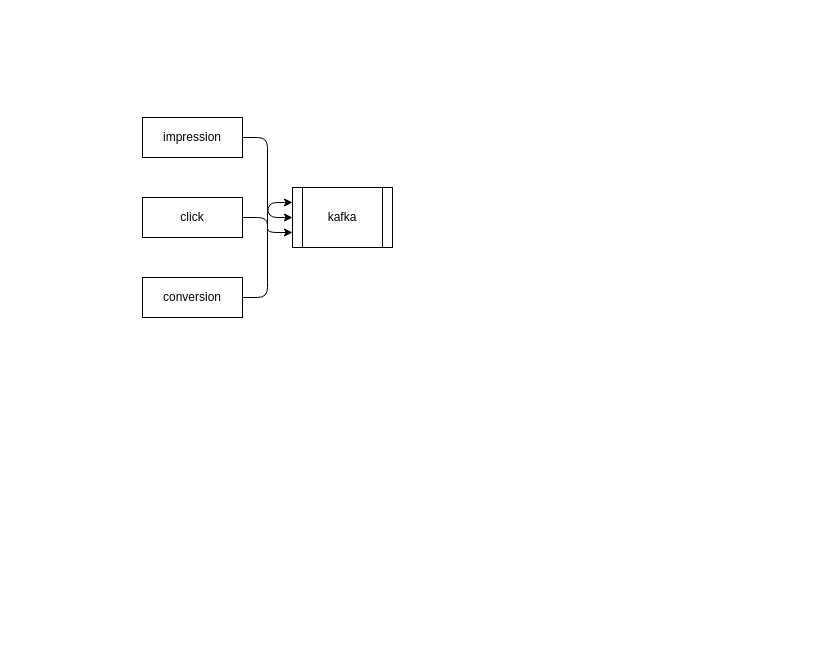
Earlier version of the draw.io diagram page "实时数据流" (2 of 2) of source/diagrams/ads.drawio (wxquare/wxquare.github.io). Source tidied: cells renumbered, new cells numbered last; positions are measured from the earlier drawing's top-left corner, leaving out a move shared by most shapes. Both pictures are drawn from the tidied source at 100%, with x=0, y=0 at pixel (142, 117).
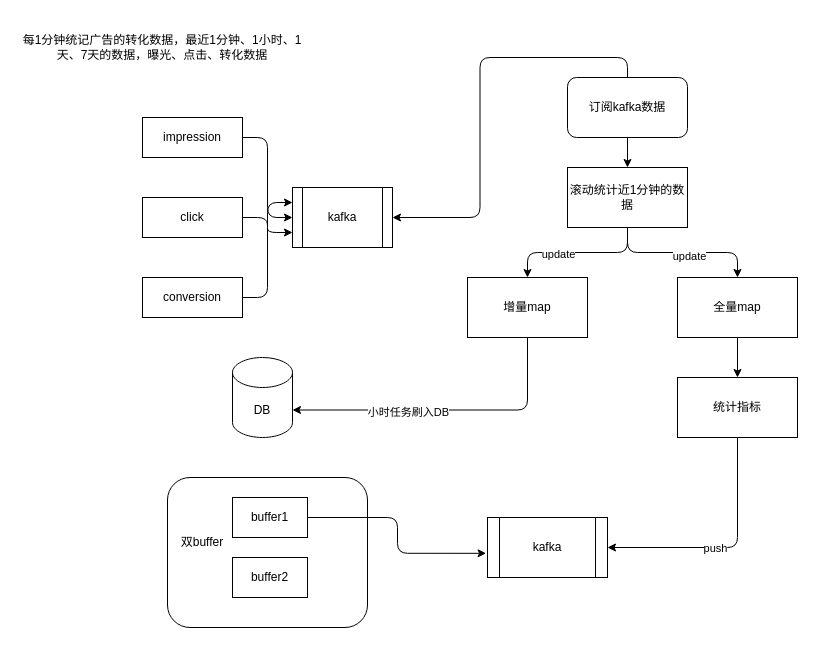
After the change.

The change refers to these unchanged cells:
```xml
<mxCell id="2" value="kafka" style="shape=process;whiteSpace=wrap;html=1;backgroundOutline=1;" parent="1" vertex="1">
  <mxGeometry x="150" y="70" width="100" height="60" as="geometry" />
</mxCell>
```

What changed in the source:
```diff
@@
+    <mxCell id="9" style="rounded=1;whiteSpace=wrap;html=1;" parent="1" vertex="1">
+      <mxGeometry x="25" y="360" width="200" height="150" as="geometry" />
+    </mxCell>
@@
+    <mxCell id="10" value="每1分钟统记广告的转化数据，最近1分钟、1小时、1天、7天的数据，曝光、点击、转化数据" style="text;html=1;strokeColor=none;fillColor=none;align=center;verticalAlign=middle;whiteSpace=wrap;rounded=0;" parent="1" vertex="1">
+      <mxGeometry x="-125" y="-100" width="290" height="60" as="geometry" />
+    </mxCell>
+    <mxCell id="11" style="edgeStyle=orthogonalEdgeStyle;rounded=1;jettySize=auto;html=1;exitX=0.5;exitY=1;exitDx=0;exitDy=0;entryX=1;entryY=0;entryDx=0;entryDy=52.5;entryPerimeter=0;" parent="1" edge="1" source="13" target="27">
+      <mxGeometry relative="1" as="geometry" />
+    </mxCell>
+    <mxCell id="12" value="小时任务刷入DB" style="edgeLabel;html=1;align=center;verticalAlign=middle;" parent="11" vertex="1">
+      <mxGeometry x="0.25" y="2" relative="1" as="geometry" />
+    </mxCell>
+    <mxCell id="13" value="增量map" style="rounded=0;whiteSpace=wrap;html=1;" parent="1" vertex="1">
+      <mxGeometry x="325" y="160" width="120" height="60" as="geometry" />
+    </mxCell>
+    <mxCell id="14" style="edgeStyle=orthogonalEdgeStyle;rounded=1;jettySize=auto;html=1;exitX=0.5;exitY=1;exitDx=0;exitDy=0;entryX=0.5;entryY=0;entryDx=0;entryDy=0;" parent="1" edge="1" source="15" target="26">
+      <mxGeometry relative="1" as="geometry" />
+    </mxCell>
+    <mxCell id="15" value="全量map" style="rounded=0;whiteSpace=wrap;html=1;" parent="1" vertex="1">
+      <mxGeometry x="535" y="160" width="120" height="60" as="geometry" />
+    </mxCell>
+    <mxCell id="16" style="edgeStyle=orthogonalEdgeStyle;rounded=1;jettySize=auto;html=1;exitX=0.5;exitY=0;exitDx=0;exitDy=0;entryX=1;entryY=0.5;entryDx=0;entryDy=0;" parent="1" edge="1" source="18" target="2">
+      <mxGeometry relative="1" as="geometry" />
+    </mxCell>
+    <mxCell id="17" style="edgeStyle=orthogonalEdgeStyle;rounded=1;jettySize=auto;html=1;exitX=0.5;exitY=1;exitDx=0;exitDy=0;entryX=0.5;entryY=0;entryDx=0;entryDy=0;" parent="1" edge="1" source="18" target="23">
+      <mxGeometry relative="1" as="geometry" />
+    </mxCell>
+    <mxCell id="18" value="订阅kafka数据" style="rounded=1;whiteSpace=wrap;html=1;" parent="1" vertex="1">
+      <mxGeometry x="425" y="-40" width="120" height="60" as="geometry" />
+    </mxCell>
+    <mxCell id="19" style="edgeStyle=orthogonalEdgeStyle;rounded=1;jettySize=auto;html=1;exitX=0.5;exitY=1;exitDx=0;exitDy=0;entryX=0.5;entryY=0;entryDx=0;entryDy=0;" parent="1" edge="1" source="23" target="13">
+      <mxGeometry relative="1" as="geometry" />
+    </mxCell>
+    <mxCell id="20" value="update" style="edgeLabel;html=1;align=center;verticalAlign=middle;" parent="19" vertex="1">
+      <mxGeometry x="0.26" y="1" relative="1" as="geometry" />
+    </mxCell>
+    <mxCell id="21" style="edgeStyle=orthogonalEdgeStyle;rounded=1;jettySize=auto;html=1;exitX=0.5;exitY=1;exitDx=0;exitDy=0;entryX=0.5;entryY=0;entryDx=0;entryDy=0;" parent="1" edge="1" source="23" target="15">
+      <mxGeometry relative="1" as="geometry" />
+    </mxCell>
+    <mxCell id="22" value="update" style="edgeLabel;html=1;align=center;verticalAlign=middle;" parent="21" vertex="1">
+      <mxGeometry x="0.07" y="-3" relative="1" as="geometry" />
+    </mxCell>
+    <mxCell id="23" value="滚动统计近1分钟的数据" style="rounded=0;whiteSpace=wrap;html=1;" parent="1" vertex="1">
+      <mxGeometry x="425" y="50" width="120" height="60" as="geometry" />
+    </mxCell>
+    <mxCell id="24" style="edgeStyle=orthogonalEdgeStyle;rounded=1;jettySize=auto;html=1;exitX=0.5;exitY=1;exitDx=0;exitDy=0;entryX=1;entryY=0.5;entryDx=0;entryDy=0;" parent="1" edge="1" source="26" target="28">
+      <mxGeometry relative="1" as="geometry" />
+    </mxCell>
+    <mxCell id="25" value="push" style="edgeLabel;html=1;align=center;verticalAlign=middle;" parent="24" vertex="1">
+      <mxGeometry x="0.11" relative="1" as="geometry" />
+    </mxCell>
+    <mxCell id="26" value="统计指标" style="rounded=0;whiteSpace=wrap;html=1;" parent="1" vertex="1">
+      <mxGeometry x="535" y="260" width="120" height="60" as="geometry" />
+    </mxCell>
+    <mxCell id="27" value="DB" style="shape=cylinder3;whiteSpace=wrap;html=1;boundedLbl=1;backgroundOutline=1;size=15;" parent="1" vertex="1">
+      <mxGeometry x="90" y="240" width="60" height="80" as="geometry" />
+    </mxCell>
+    <mxCell id="28" value="kafka" style="shape=process;whiteSpace=wrap;html=1;backgroundOutline=1;" parent="1" vertex="1">
+      <mxGeometry x="345" y="400" width="120" height="60" as="geometry" />
+    </mxCell>
+    <mxCell id="29" style="edgeStyle=orthogonalEdgeStyle;rounded=1;jettySize=auto;html=1;exitX=1;exitY=0.5;exitDx=0;exitDy=0;entryX=-0.012;entryY=0.597;entryDx=0;entryDy=0;entryPerimeter=0;" parent="1" edge="1" source="30" target="28">
+      <mxGeometry relative="1" as="geometry" />
+    </mxCell>
+    <mxCell id="30" value="buffer1" style="rounded=0;whiteSpace=wrap;html=1;" parent="1" vertex="1">
+      <mxGeometry x="90" y="380" width="75" height="40" as="geometry" />
+    </mxCell>
+    <mxCell id="31" value="buffer2" style="rounded=0;whiteSpace=wrap;html=1;" parent="1" vertex="1">
+      <mxGeometry x="90" y="440" width="75" height="40" as="geometry" />
+    </mxCell>
+    <mxCell id="32" value="双buffer" style="text;html=1;strokeColor=none;fillColor=none;align=center;verticalAlign=middle;whiteSpace=wrap;rounded=0;" parent="1" vertex="1">
+      <mxGeometry x="30" y="410" width="60" height="30" as="geometry" />
+    </mxCell>
```
